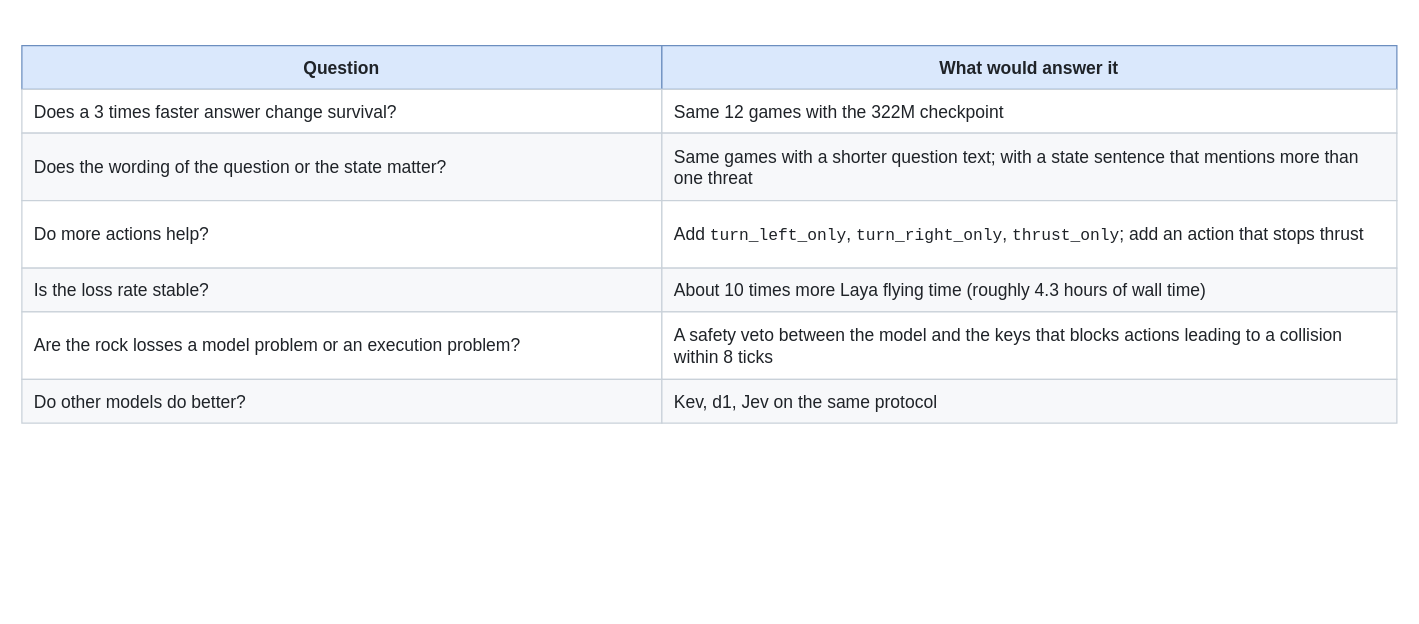
Before: docs/diagrams/p3-not-tried.drawio in paolob67/Asteroids, a draw.io diagram. Source tidied: cells renumbered, new cells numbered last; positions are measured from the earlier drawing's top-left corner, leaving out a move shared by most shapes. Both pictures are drawn from the tidied source at 125%, with x=0, y=0 at pixel (21, 45).
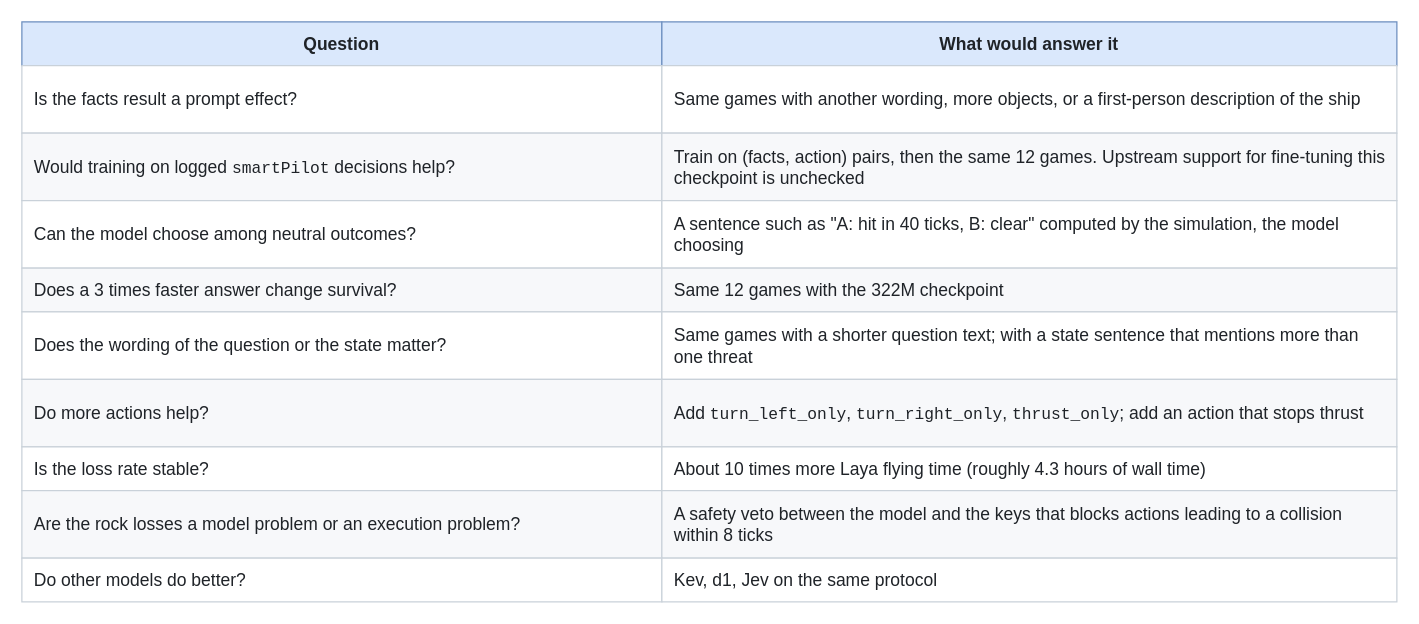
Above is the later version.

What changed in the source:
```diff
@@
     <mxCell id="2" value="Question" style="rounded=0;whiteSpace=wrap;html=1;align=center;verticalAlign=middle;spacingLeft=8;spacingRight=8;fillColor=#dae8fc;strokeColor=#6c8ebf;fontSize=14;fontColor=#1f2328;fontStyle=1;" parent="1" vertex="1">
-      <mxGeometry width="512" height="35" as="geometry" />
+      <mxGeometry y="-19" width="512" height="35" as="geometry" />
     </mxCell>
     <mxCell id="3" value="What would answer it" style="rounded=0;whiteSpace=wrap;html=1;align=center;verticalAlign=middle;spacingLeft=8;spacingRight=8;fillColor=#dae8fc;strokeColor=#6c8ebf;fontSize=14;fontColor=#1f2328;fontStyle=1;" parent="1" vertex="1">
-      <mxGeometry x="512" width="588" height="35" as="geometry" />
+      <mxGeometry x="512" y="-19" width="588" height="35" as="geometry" />
     </mxCell>
-    <mxCell id="4" value="Does a 3 times faster answer change survival?" style="rounded=0;whiteSpace=wrap;html=1;align=left;verticalAlign=middle;spacingLeft=8;spacingRight=8;fillColor=#ffffff;strokeColor=#c9d1d9;fontSize=14;fontColor=#1f2328;" parent="1" vertex="1">
-      <mxGeometry y="35" width="512" height="35" as="geometry" />
+    <mxCell id="4" value="Is the facts result a prompt effect?" style="rounded=0;whiteSpace=wrap;html=1;align=left;verticalAlign=middle;spacingLeft=8;spacingRight=8;fillColor=#ffffff;strokeColor=#c9d1d9;fontSize=14;fontColor=#1f2328;" parent="1" vertex="1">
+      <mxGeometry y="16" width="512" height="54" as="geometry" />
     </mxCell>
-    <mxCell id="5" value="Same 12 games with the 322M checkpoint" style="rounded=0;whiteSpace=wrap;html=1;align=left;verticalAlign=middle;spacingLeft=8;spacingRight=8;fillColor=#ffffff;strokeColor=#c9d1d9;fontSize=14;fontColor=#1f2328;" parent="1" vertex="1">
-      <mxGeometry x="512" y="35" width="588" height="35" as="geometry" />
+    <mxCell id="5" value="Same games with another wording, more objects, or a first-person description of the ship" style="rounded=0;whiteSpace=wrap;html=1;align=left;verticalAlign=middle;spacingLeft=8;spacingRight=8;fillColor=#ffffff;strokeColor=#c9d1d9;fontSize=14;fontColor=#1f2328;" parent="1" vertex="1">
+      <mxGeometry x="512" y="16" width="588" height="54" as="geometry" />
     </mxCell>
-    <mxCell id="6" value="Does the wording of the question or the state matter?" style="rounded=0;whiteSpace=wrap;html=1;align=left;verticalAlign=middle;spacingLeft=8;spacingRight=8;fillColor=#f7f8fa;strokeColor=#c9d1d9;fontSize=14;fontColor=#1f2328;" parent="1" vertex="1">
+    <mxCell id="6" value="Would training on logged &lt;font face=&quot;Courier New&quot; style=&quot;font-size:13px&quot;&gt;smartPilot&lt;/font&gt; decisions help?" style="rounded=0;whiteSpace=wrap;html=1;align=left;verticalAlign=middle;spacingLeft=8;spacingRight=8;fillColor=#f7f8fa;strokeColor=#c9d1d9;fontSize=14;fontColor=#1f2328;" parent="1" vertex="1">
       <mxGeometry y="70" width="512" height="54" as="geometry" />
     </mxCell>
-    <mxCell id="7" value="Same games with a shorter question text; with a state sentence that mentions more than one threat" style="rounded=0;whiteSpace=wrap;html=1;align=left;verticalAlign=middle;spacingLeft=8;spacingRight=8;fillColor=#f7f8fa;strokeColor=#c9d1d9;fontSize=14;fontColor=#1f2328;" parent="1" vertex="1">
+    <mxCell id="7" value="Train on (facts, action) pairs, then the same 12 games. Upstream support for fine-tuning this checkpoint is unchecked" style="rounded=0;whiteSpace=wrap;html=1;align=left;verticalAlign=middle;spacingLeft=8;spacingRight=8;fillColor=#f7f8fa;strokeColor=#c9d1d9;fontSize=14;fontColor=#1f2328;" parent="1" vertex="1">
       <mxGeometry x="512" y="70" width="588" height="54" as="geometry" />
     </mxCell>
-    <mxCell id="8" value="Do more actions help?" style="rounded=0;whiteSpace=wrap;html=1;align=left;verticalAlign=middle;spacingLeft=8;spacingRight=8;fillColor=#ffffff;strokeColor=#c9d1d9;fontSize=14;fontColor=#1f2328;" parent="1" vertex="1">
+    <mxCell id="8" value="Can the model choose among neutral outcomes?" style="rounded=0;whiteSpace=wrap;html=1;align=left;verticalAlign=middle;spacingLeft=8;spacingRight=8;fillColor=#ffffff;strokeColor=#c9d1d9;fontSize=14;fontColor=#1f2328;" parent="1" vertex="1">
       <mxGeometry y="124" width="512" height="54" as="geometry" />
     </mxCell>
-    <mxCell id="9" value="Add &lt;font face=&quot;Courier New&quot; style=&quot;font-size:13px&quot;&gt;turn_left_only&lt;/font&gt;, &lt;font face=&quot;Courier New&quot; style=&quot;font-size:13px&quot;&gt;turn_right_only&lt;/font&gt;, &lt;font face=&quot;Courier New&quot; style=&quot;font-size:13px&quot;&gt;thrust_only&lt;/font&gt;; add an action that stops thrust" style="rounded=0;whiteSpace=wrap;html=1;align=left;verticalAlign=middle;spacingLeft=8;spacingRight=8;fillColor=#ffffff;strokeColor=#c9d1d9;fontSize=14;fontColor=#1f2328;" parent="1" vertex="1">
+    <mxCell id="9" value="A sentence such as &quot;A: hit in 40 ticks, B: clear&quot; computed by the simulation, the model choosing" style="rounded=0;whiteSpace=wrap;html=1;align=left;verticalAlign=middle;spacingLeft=8;spacingRight=8;fillColor=#ffffff;strokeColor=#c9d1d9;fontSize=14;fontColor=#1f2328;" parent="1" vertex="1">
       <mxGeometry x="512" y="124" width="588" height="54" as="geometry" />
     </mxCell>
-    <mxCell id="10" value="Is the loss rate stable?" style="rounded=0;whiteSpace=wrap;html=1;align=left;verticalAlign=middle;spacingLeft=8;spacingRight=8;fillColor=#f7f8fa;strokeColor=#c9d1d9;fontSize=14;fontColor=#1f2328;" parent="1" vertex="1">
+    <mxCell id="10" value="Does a 3 times faster answer change survival?" style="rounded=0;whiteSpace=wrap;html=1;align=left;verticalAlign=middle;spacingLeft=8;spacingRight=8;fillColor=#f7f8fa;strokeColor=#c9d1d9;fontSize=14;fontColor=#1f2328;" parent="1" vertex="1">
       <mxGeometry y="178" width="512" height="35" as="geometry" />
     </mxCell>
-    <mxCell id="11" value="About 10 times more Laya flying time (roughly 4.3 hours of wall time)" style="rounded=0;whiteSpace=wrap;html=1;align=left;verticalAlign=middle;spacingLeft=8;spacingRight=8;fillColor=#f7f8fa;strokeColor=#c9d1d9;fontSize=14;fontColor=#1f2328;" parent="1" vertex="1">
+    <mxCell id="11" value="Same 12 games with the 322M checkpoint" style="rounded=0;whiteSpace=wrap;html=1;align=left;verticalAlign=middle;spacingLeft=8;spacingRight=8;fillColor=#f7f8fa;strokeColor=#c9d1d9;fontSize=14;fontColor=#1f2328;" parent="1" vertex="1">
       <mxGeometry x="512" y="178" width="588" height="35" as="geometry" />
     </mxCell>
-    <mxCell id="12" value="Are the rock losses a model problem or an execution problem?" style="rounded=0;whiteSpace=wrap;html=1;align=left;verticalAlign=middle;spacingLeft=8;spacingRight=8;fillColor=#ffffff;strokeColor=#c9d1d9;fontSize=14;fontColor=#1f2328;" parent="1" vertex="1">
+    <mxCell id="12" value="Does the wording of the question or the state matter?" style="rounded=0;whiteSpace=wrap;html=1;align=left;verticalAlign=middle;spacingLeft=8;spacingRight=8;fillColor=#ffffff;strokeColor=#c9d1d9;fontSize=14;fontColor=#1f2328;" parent="1" vertex="1">
       <mxGeometry y="213" width="512" height="54" as="geometry" />
     </mxCell>
-    <mxCell id="13" value="A safety veto between the model and the keys that blocks actions leading to a collision within 8 ticks" style="rounded=0;whiteSpace=wrap;html=1;align=left;verticalAlign=middle;spacingLeft=8;spacingRight=8;fillColor=#ffffff;strokeColor=#c9d1d9;fontSize=14;fontColor=#1f2328;" parent="1" vertex="1">
+    <mxCell id="13" value="Same games with a shorter question text; with a state sentence that mentions more than one threat" style="rounded=0;whiteSpace=wrap;html=1;align=left;verticalAlign=middle;spacingLeft=8;spacingRight=8;fillColor=#ffffff;strokeColor=#c9d1d9;fontSize=14;fontColor=#1f2328;" parent="1" vertex="1">
       <mxGeometry x="512" y="213" width="588" height="54" as="geometry" />
     </mxCell>
-    <mxCell id="14" value="Do other models do better?" style="rounded=0;whiteSpace=wrap;html=1;align=left;verticalAlign=middle;spacingLeft=8;spacingRight=8;fillColor=#f7f8fa;strokeColor=#c9d1d9;fontSize=14;fontColor=#1f2328;" parent="1" vertex="1">
-      <mxGeometry y="267" width="512" height="35" as="geometry" />
+    <mxCell id="14" value="Do more actions help?" style="rounded=0;whiteSpace=wrap;html=1;align=left;verticalAlign=middle;spacingLeft=8;spacingRight=8;fillColor=#f7f8fa;strokeColor=#c9d1d9;fontSize=14;fontColor=#1f2328;" parent="1" vertex="1">
+      <mxGeometry y="267" width="512" height="54" as="geometry" />
     </mxCell>
-    <mxCell id="15" value="Kev, d1, Jev on the same protocol" style="rounded=0;whiteSpace=wrap;html=1;align=left;verticalAlign=middle;spacingLeft=8;spacingRight=8;fillColor=#f7f8fa;strokeColor=#c9d1d9;fontSize=14;fontColor=#1f2328;" parent="1" vertex="1">
-      <mxGeometry x="512" y="267" width="588" height="35" as="geometry" />
+    <mxCell id="15" value="Add &lt;font face=&quot;Courier New&quot; style=&quot;font-size:13px&quot;&gt;turn_left_only&lt;/font&gt;, &lt;font face=&quot;Courier New&quot; style=&quot;font-size:13px&quot;&gt;turn_right_only&lt;/font&gt;, &lt;font face=&quot;Courier New&quot; style=&quot;font-size:13px&quot;&gt;thrust_only&lt;/font&gt;; add an action that stops thrust" style="rounded=0;whiteSpace=wrap;html=1;align=left;verticalAlign=middle;spacingLeft=8;spacingRight=8;fillColor=#f7f8fa;strokeColor=#c9d1d9;fontSize=14;fontColor=#1f2328;" parent="1" vertex="1">
+      <mxGeometry x="512" y="267" width="588" height="54" as="geometry" />
     </mxCell>
+    <mxCell id="16" value="Is the loss rate stable?" style="rounded=0;whiteSpace=wrap;html=1;align=left;verticalAlign=middle;spacingLeft=8;spacingRight=8;fillColor=#ffffff;strokeColor=#c9d1d9;fontSize=14;fontColor=#1f2328;" parent="1" vertex="1">
+      <mxGeometry y="321" width="512" height="35" as="geometry" />
+    </mxCell>
+    <mxCell id="17" value="About 10 times more Laya flying time (roughly 4.3 hours of wall time)" style="rounded=0;whiteSpace=wrap;html=1;align=left;verticalAlign=middle;spacingLeft=8;spacingRight=8;fillColor=#ffffff;strokeColor=#c9d1d9;fontSize=14;fontColor=#1f2328;" parent="1" vertex="1">
+      <mxGeometry x="512" y="321" width="588" height="35" as="geometry" />
+    </mxCell>
+    <mxCell id="18" value="Are the rock losses a model problem or an execution problem?" style="rounded=0;whiteSpace=wrap;html=1;align=left;verticalAlign=middle;spacingLeft=8;spacingRight=8;fillColor=#f7f8fa;strokeColor=#c9d1d9;fontSize=14;fontColor=#1f2328;" parent="1" vertex="1">
+      <mxGeometry y="356" width="512" height="54" as="geometry" />
+    </mxCell>
+    <mxCell id="19" value="A safety veto between the model and the keys that blocks actions leading to a collision within 8 ticks" style="rounded=0;whiteSpace=wrap;html=1;align=left;verticalAlign=middle;spacingLeft=8;spacingRight=8;fillColor=#f7f8fa;strokeColor=#c9d1d9;fontSize=14;fontColor=#1f2328;" parent="1" vertex="1">
+      <mxGeometry x="512" y="356" width="588" height="54" as="geometry" />
+    </mxCell>
+    <mxCell id="20" value="Do other models do better?" style="rounded=0;whiteSpace=wrap;html=1;align=left;verticalAlign=middle;spacingLeft=8;spacingRight=8;fillColor=#ffffff;strokeColor=#c9d1d9;fontSize=14;fontColor=#1f2328;" parent="1" vertex="1">
+      <mxGeometry y="410" width="512" height="35" as="geometry" />
+    </mxCell>
+    <mxCell id="21" value="Kev, d1, Jev on the same protocol" style="rounded=0;whiteSpace=wrap;html=1;align=left;verticalAlign=middle;spacingLeft=8;spacingRight=8;fillColor=#ffffff;strokeColor=#c9d1d9;fontSize=14;fontColor=#1f2328;" parent="1" vertex="1">
+      <mxGeometry x="512" y="410" width="588" height="35" as="geometry" />
+    </mxCell>
```
